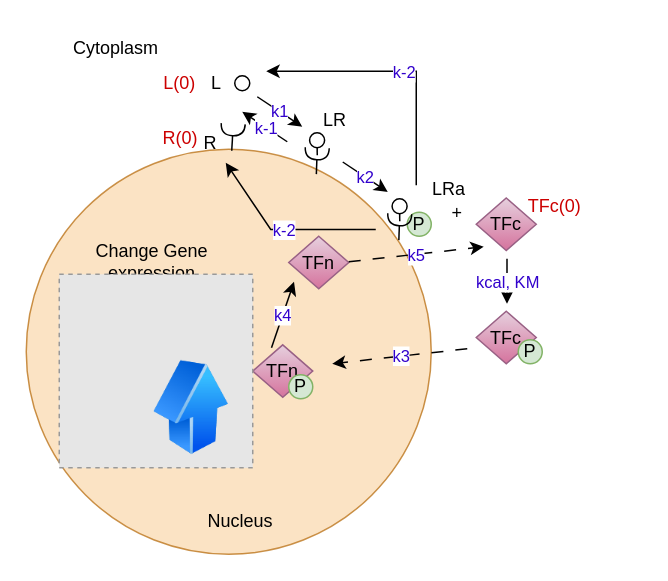
Above: pathway_diagram.drawio in DaniAngelov17/modeling-biosystems (draw.io), before the change. Source tidied: cells renumbered, new cells numbered last; positions are measured from the earlier drawing's top-left corner, leaving out a move shared by most shapes. Both pictures are drawn from the tidied source at 150%, with x=0, y=0 at pixel (26, 26). Pictures stored in the file or linked from it are replaced by grey dashed boxes.
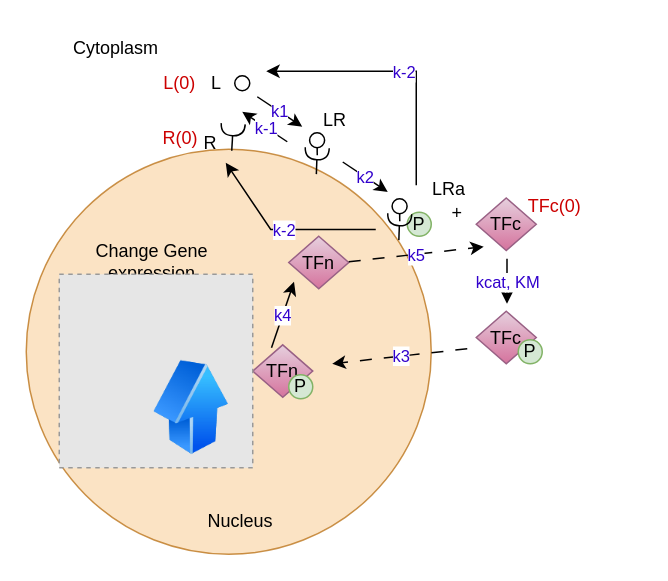
The same page after the edit.

The change refers to these unchanged cells:
```xml
<mxCell id="47" style="endArrow=classic;html=1;rounded=0;defaultLabelBackgroundColor=page;" parent="1" edge="1">
  <mxGeometry relative="1" as="geometry">
    <mxPoint x="320.5" y="155" as="sourcePoint" />
    <mxPoint x="320.5" y="185" as="targetPoint" />
  </mxGeometry>
</mxCell>
```

What changed in the source:
```diff
@@
-    <mxCell id="48" value="kcal, KM" style="edgeLabel;html=1;inheritText=fontFamily,fontSize,fontStyle,textOpacity,labelBorderColor,labelBorderWidth,labelBackgroundColor,defaultLabelBackgroundColor,labelPadding;align=center;verticalAlign=middle;defaultLabelBackgroundColor=page;fontColor=light-dark(#3100cc, #ededed);" parent="47" vertex="1">
+    <mxCell id="48" value="kcat, KM" style="edgeLabel;html=1;inheritText=fontFamily,fontSize,fontStyle,textOpacity,labelBorderColor,labelBorderWidth,labelBackgroundColor,defaultLabelBackgroundColor,labelPadding;align=center;verticalAlign=middle;defaultLabelBackgroundColor=page;fontColor=light-dark(#3100cc, #ededed);" parent="47" vertex="1">
       <mxGeometry relative="1" as="geometry" />
     </mxCell>
```
